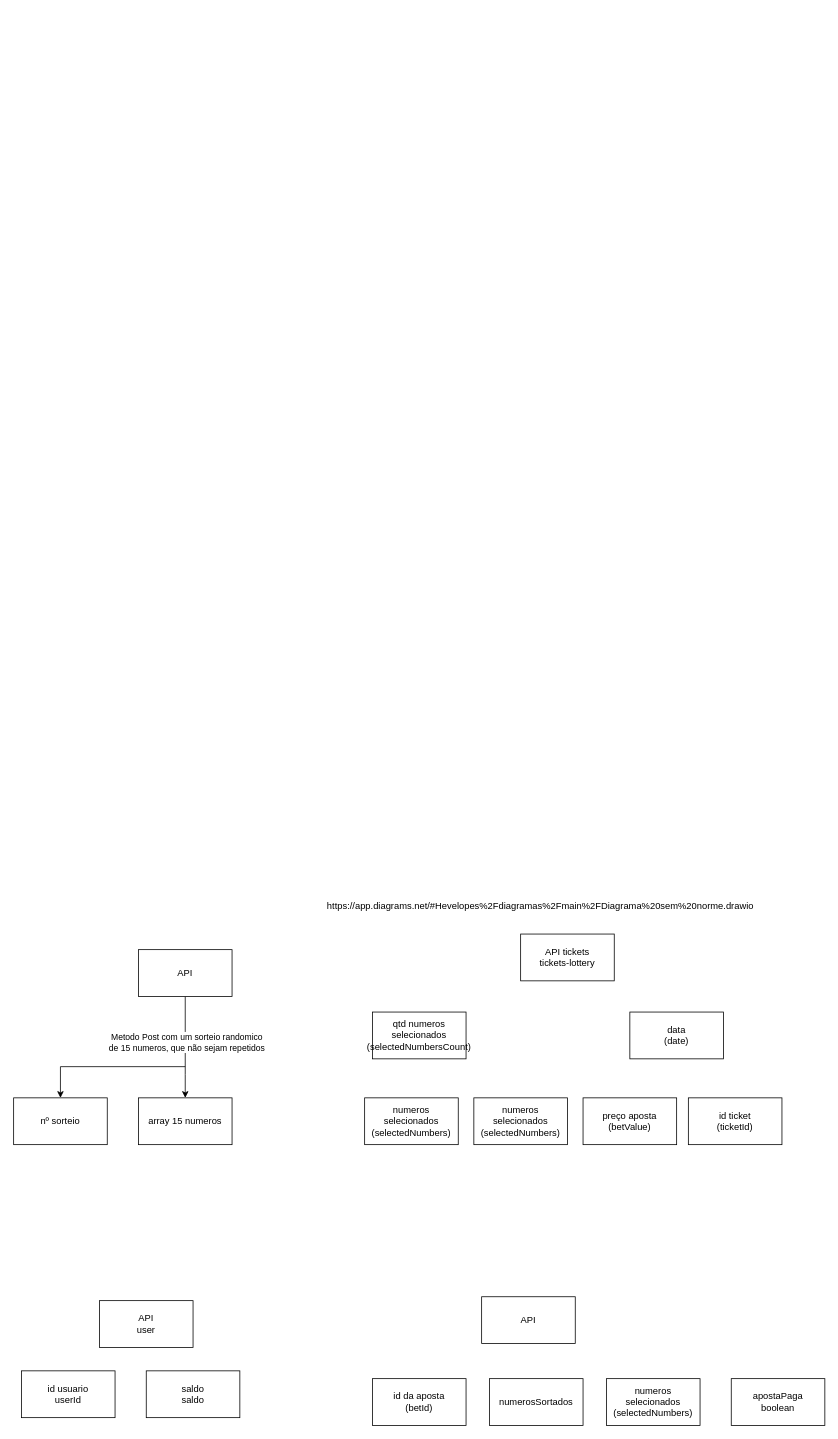
This is Diagrama sem norme.drawio from evelopes/diagramas, a draw.io file, before an edit. Source tidied: cells renumbered, new cells numbered last; positions are measured from the earlier drawing's top-left corner, leaving out a move shared by most shapes. Both pictures are drawn from the tidied source at 78%, with x=0, y=0 at pixel (13, 895).
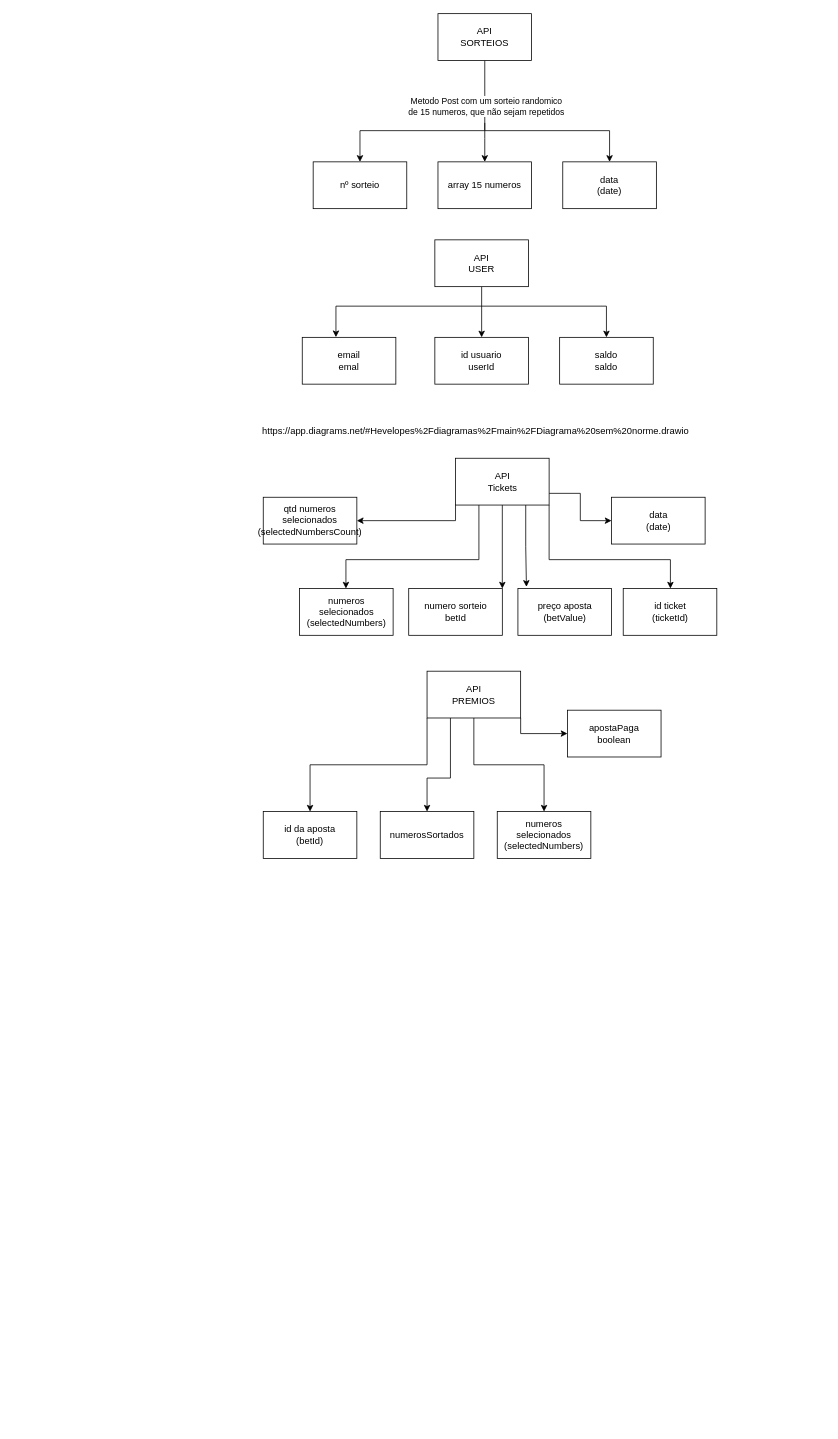
The same page after the edit.

The edit, as a diff of the source:
```diff
@@
     <mxCell id="2" style="edgeStyle=orthogonalEdgeStyle;rounded=0;jettySize=auto;html=1;entryX=0.5;entryY=0;entryDx=0;entryDy=0;" parent="1" edge="1" source="4" target="5">
       <mxGeometry relative="1" as="geometry">
         <Array as="points">
-          <mxPoint x="220" y="230" />
-          <mxPoint x="220" y="230" />
+          <mxPoint x="604" y="-970" />
+          <mxPoint x="604" y="-970" />
         </Array>
       </mxGeometry>
     </mxCell>
@@
-    <mxCell id="4" value="API" style="rounded=0;whiteSpace=wrap;html=1;" parent="1" vertex="1">
-      <mxGeometry x="160" y="70" width="120" height="60" as="geometry" />
+    <mxCell id="4" value="API&lt;br&gt;SORTEIOS" style="rounded=0;whiteSpace=wrap;html=1;" parent="1" vertex="1">
+      <mxGeometry x="544" y="-1130" width="120" height="60" as="geometry" />
     </mxCell>
     <mxCell id="5" value="array 15 numeros" style="rounded=0;whiteSpace=wrap;html=1;" parent="1" vertex="1">
-      <mxGeometry x="160" y="260" width="120" height="60" as="geometry" />
+      <mxGeometry x="544" y="-940" width="120" height="60" as="geometry" />
     </mxCell>
     <mxCell id="6" style="edgeStyle=orthogonalEdgeStyle;rounded=0;jettySize=auto;html=1;endArrow=none;endFill=0;startArrow=classic;startFill=1;" parent="1" edge="1" source="7">
       <mxGeometry relative="1" as="geometry">
-        <mxPoint x="220" y="220" as="targetPoint" />
+        <mxPoint x="604" y="-980" as="targetPoint" />
         <Array as="points">
-          <mxPoint x="60" y="220" />
+          <mxPoint x="444" y="-980" />
         </Array>
       </mxGeometry>
     </mxCell>
     <mxCell id="7" value="nº sorteio" style="rounded=0;whiteSpace=wrap;html=1;" parent="1" vertex="1">
-      <mxGeometry y="260" width="120" height="60" as="geometry" />
+      <mxGeometry x="384" y="-940" width="120" height="60" as="geometry" />
     </mxCell>
+    <mxCell id="24" style="edgeStyle=orthogonalEdgeStyle;rounded=0;jettySize=auto;html=1;exitX=0;exitY=1;exitDx=0;exitDy=0;" parent="1" edge="1" source="8" target="16">
+      <mxGeometry relative="1" as="geometry" />
+    </mxCell>
+    <mxCell id="25" style="edgeStyle=orthogonalEdgeStyle;rounded=0;jettySize=auto;html=1;exitX=0.25;exitY=1;exitDx=0;exitDy=0;" parent="1" edge="1" source="8" target="9">
+      <mxGeometry relative="1" as="geometry">
+        <Array as="points">
+          <mxPoint x="596" y="-430" />
+          <mxPoint x="426" y="-430" />
+        </Array>
+      </mxGeometry>
+    </mxCell>
+    <mxCell id="26" style="edgeStyle=orthogonalEdgeStyle;rounded=0;jettySize=auto;html=1;entryX=1;entryY=0;entryDx=0;entryDy=0;" parent="1" edge="1" source="8" target="23">
+      <mxGeometry relative="1" as="geometry" />
+    </mxCell>
+    <mxCell id="27" style="edgeStyle=orthogonalEdgeStyle;rounded=0;jettySize=auto;html=1;exitX=0.75;exitY=1;exitDx=0;exitDy=0;entryX=0.091;entryY=-0.036;entryDx=0;entryDy=0;entryPerimeter=0;" parent="1" edge="1" source="8" target="12">
+      <mxGeometry relative="1" as="geometry" />
+    </mxCell>
+    <mxCell id="28" style="edgeStyle=orthogonalEdgeStyle;rounded=0;jettySize=auto;html=1;exitX=1;exitY=1;exitDx=0;exitDy=0;" parent="1" edge="1" source="8" target="15">
+      <mxGeometry relative="1" as="geometry">
+        <Array as="points">
+          <mxPoint x="686" y="-430" />
+          <mxPoint x="842" y="-430" />
+        </Array>
+      </mxGeometry>
+    </mxCell>
+    <mxCell id="29" style="edgeStyle=orthogonalEdgeStyle;rounded=0;jettySize=auto;html=1;exitX=1;exitY=0.75;exitDx=0;exitDy=0;entryX=0;entryY=0.5;entryDx=0;entryDy=0;" parent="1" edge="1" source="8" target="11">
+      <mxGeometry relative="1" as="geometry" />
+    </mxCell>
-    <mxCell id="8" value="API tickets&lt;br&gt;tickets-lottery" style="rounded=0;whiteSpace=wrap;html=1;" parent="1" vertex="1">
-      <mxGeometry x="650" y="50" width="120" height="60" as="geometry" />
+    <mxCell id="8" value="API&lt;br&gt;Tickets" style="rounded=0;whiteSpace=wrap;html=1;" parent="1" vertex="1">
+      <mxGeometry x="566.5" y="-560" width="120" height="60" as="geometry" />
     </mxCell>
     <mxCell id="9" value="numeros selecionados&lt;br&gt;(selectedNumbers)" style="rounded=0;whiteSpace=wrap;html=1;" parent="1" vertex="1">
-      <mxGeometry x="450" y="260" width="120" height="60" as="geometry" />
+      <mxGeometry x="366.5" y="-393" width="120" height="60" as="geometry" />
     </mxCell>
     <mxCell id="10" value="id da aposta&lt;br&gt;(betId)" style="rounded=0;whiteSpace=wrap;html=1;" parent="1" vertex="1">
-      <mxGeometry x="460" y="620" width="120" height="60" as="geometry" />
+      <mxGeometry x="320" y="-107" width="120" height="60" as="geometry" />
     </mxCell>
     <mxCell id="11" value="data&lt;br&gt;(date)" style="rounded=0;whiteSpace=wrap;html=1;" parent="1" vertex="1">
-      <mxGeometry x="790" y="150" width="120" height="60" as="geometry" />
+      <mxGeometry x="766.5" y="-510" width="120" height="60" as="geometry" />
     </mxCell>
     <mxCell id="12" value="preço aposta&lt;br&gt;(betValue)" style="rounded=0;whiteSpace=wrap;html=1;" parent="1" vertex="1">
-      <mxGeometry x="730" y="260" width="120" height="60" as="geometry" />
+      <mxGeometry x="646.5" y="-393" width="120" height="60" as="geometry" />
     </mxCell>
     <mxCell id="13" value="https://app.diagrams.net/#Hevelopes%2Fdiagramas%2Fmain%2FDiagrama%20sem%20norme.drawio" style="text;html=1;align=center;verticalAlign=middle;strokeColor=none;fillColor=none;" parent="1" vertex="1">
-      <mxGeometry x="390" width="570" height="30" as="geometry" />
+      <mxGeometry x="306.5" y="-610" width="570" height="30" as="geometry" />
     </mxCell>
+    <mxCell id="30" style="edgeStyle=orthogonalEdgeStyle;rounded=0;jettySize=auto;html=1;entryX=0.5;entryY=0;entryDx=0;entryDy=0;" parent="1" edge="1" source="14" target="17">
+      <mxGeometry relative="1" as="geometry" />
+    </mxCell>
-    <mxCell id="14" value="API&lt;br&gt;user" style="rounded=0;whiteSpace=wrap;html=1;" parent="1" vertex="1">
-      <mxGeometry x="110" y="520" width="120" height="60" as="geometry" />
+    <mxCell id="14" value="API&lt;br&gt;USER" style="rounded=0;whiteSpace=wrap;html=1;" parent="1" vertex="1">
+      <mxGeometry x="540" y="-840" width="120" height="60" as="geometry" />
     </mxCell>
     <mxCell id="15" value="id ticket&lt;br&gt;(ticketId)" style="rounded=0;whiteSpace=wrap;html=1;" parent="1" vertex="1">
-      <mxGeometry x="865" y="260" width="120" height="60" as="geometry" />
+      <mxGeometry x="781.5" y="-393" width="120" height="60" as="geometry" />
     </mxCell>
     <mxCell id="16" value="qtd numeros selecionados&lt;br&gt;(selectedNumbersCount)" style="rounded=0;whiteSpace=wrap;html=1;" parent="1" vertex="1">
-      <mxGeometry x="460" y="150" width="120" height="60" as="geometry" />
+      <mxGeometry x="320" y="-510" width="120" height="60" as="geometry" />
     </mxCell>
     <mxCell id="17" value="id usuario&lt;br&gt;userId" style="rounded=0;whiteSpace=wrap;html=1;" parent="1" vertex="1">
-      <mxGeometry x="10" y="610" width="120" height="60" as="geometry" />
+      <mxGeometry x="540" y="-715" width="120" height="60" as="geometry" />
     </mxCell>
+    <mxCell id="31" style="edgeStyle=orthogonalEdgeStyle;rounded=0;jettySize=auto;html=1;endArrow=classic;endFill=1;startArrow=classic;startFill=1;entryX=0.36;entryY=-0.004;entryDx=0;entryDy=0;entryPerimeter=0;" parent="1" edge="1" source="18" target="38">
+      <mxGeometry relative="1" as="geometry">
+        <Array as="points">
+          <mxPoint x="760" y="-755" />
+          <mxPoint x="413" y="-755" />
+        </Array>
+      </mxGeometry>
+    </mxCell>
     <mxCell id="18" value="saldo&lt;br&gt;saldo" style="rounded=0;whiteSpace=wrap;html=1;" parent="1" vertex="1">
-      <mxGeometry x="170" y="610" width="120" height="60" as="geometry" />
+      <mxGeometry x="700" y="-715" width="120" height="60" as="geometry" />
     </mxCell>
+    <mxCell id="32" style="edgeStyle=orthogonalEdgeStyle;rounded=0;jettySize=auto;html=1;exitX=0;exitY=1;exitDx=0;exitDy=0;" parent="1" edge="1" source="19" target="10">
+      <mxGeometry relative="1" as="geometry" />
+    </mxCell>
+    <mxCell id="33" style="edgeStyle=orthogonalEdgeStyle;rounded=0;jettySize=auto;html=1;exitX=0.25;exitY=1;exitDx=0;exitDy=0;" parent="1" edge="1" source="19" target="20">
+      <mxGeometry relative="1" as="geometry">
+        <Array as="points">
+          <mxPoint x="560" y="-150" />
+          <mxPoint x="530" y="-150" />
+        </Array>
+      </mxGeometry>
+    </mxCell>
+    <mxCell id="34" style="edgeStyle=orthogonalEdgeStyle;rounded=0;jettySize=auto;html=1;entryX=0.5;entryY=0;entryDx=0;entryDy=0;" parent="1" edge="1" source="19" target="21">
+      <mxGeometry relative="1" as="geometry" />
+    </mxCell>
+    <mxCell id="35" style="edgeStyle=orthogonalEdgeStyle;rounded=0;jettySize=auto;html=1;exitX=1;exitY=1;exitDx=0;exitDy=0;entryX=0;entryY=0.5;entryDx=0;entryDy=0;" parent="1" edge="1" source="19" target="22">
+      <mxGeometry relative="1" as="geometry" />
+    </mxCell>
-    <mxCell id="19" value="API" style="rounded=0;whiteSpace=wrap;html=1;" parent="1" vertex="1">
-      <mxGeometry x="600" y="515" width="120" height="60" as="geometry" />
+    <mxCell id="19" value="API&lt;br&gt;PREMIOS" style="rounded=0;whiteSpace=wrap;html=1;" parent="1" vertex="1">
+      <mxGeometry x="530" y="-287" width="120" height="60" as="geometry" />
     </mxCell>
     <mxCell id="20" value="numerosSortados" style="rounded=0;whiteSpace=wrap;html=1;" parent="1" vertex="1">
-      <mxGeometry x="610" y="620" width="120" height="60" as="geometry" />
+      <mxGeometry x="470" y="-107" width="120" height="60" as="geometry" />
     </mxCell>
     <mxCell id="21" value="numeros selecionados&lt;br&gt;(selectedNumbers)" style="rounded=0;whiteSpace=wrap;html=1;" parent="1" vertex="1">
-      <mxGeometry x="760" y="620" width="120" height="60" as="geometry" />
+      <mxGeometry x="620" y="-107" width="120" height="60" as="geometry" />
     </mxCell>
     <mxCell id="22" value="apostaPaga&lt;br&gt;boolean" style="rounded=0;whiteSpace=wrap;html=1;" parent="1" vertex="1">
-      <mxGeometry x="920" y="620" width="120" height="60" as="geometry" />
+      <mxGeometry x="710" y="-237" width="120" height="60" as="geometry" />
     </mxCell>
-    <mxCell id="23" value="numeros selecionados&lt;br&gt;(selectedNumbers)" style="rounded=0;whiteSpace=wrap;html=1;" parent="1" vertex="1">
-      <mxGeometry x="590" y="260" width="120" height="60" as="geometry" />
+    <mxCell id="23" value="numero sorteio&lt;br&gt;betId" style="rounded=0;whiteSpace=wrap;html=1;" parent="1" vertex="1">
+      <mxGeometry x="506.5" y="-393" width="120" height="60" as="geometry" />
     </mxCell>
+    <mxCell id="36" style="edgeStyle=orthogonalEdgeStyle;rounded=0;jettySize=auto;html=1;endArrow=none;endFill=0;startArrow=classic;startFill=1;" parent="1" edge="1" source="37">
+      <mxGeometry relative="1" as="geometry">
+        <mxPoint x="604" y="-990" as="targetPoint" />
+        <Array as="points">
+          <mxPoint x="764" y="-980" />
+          <mxPoint x="604" y="-980" />
+        </Array>
+      </mxGeometry>
+    </mxCell>
+    <mxCell id="37" value="data&lt;br&gt;(date)" style="rounded=0;whiteSpace=wrap;html=1;" parent="1" vertex="1">
+      <mxGeometry x="704" y="-940" width="120" height="60" as="geometry" />
+    </mxCell>
+    <mxCell id="38" value="email&lt;br&gt;emal" style="rounded=0;whiteSpace=wrap;html=1;" parent="1" vertex="1">
+      <mxGeometry x="370" y="-715" width="120" height="60" as="geometry" />
+    </mxCell>
```
